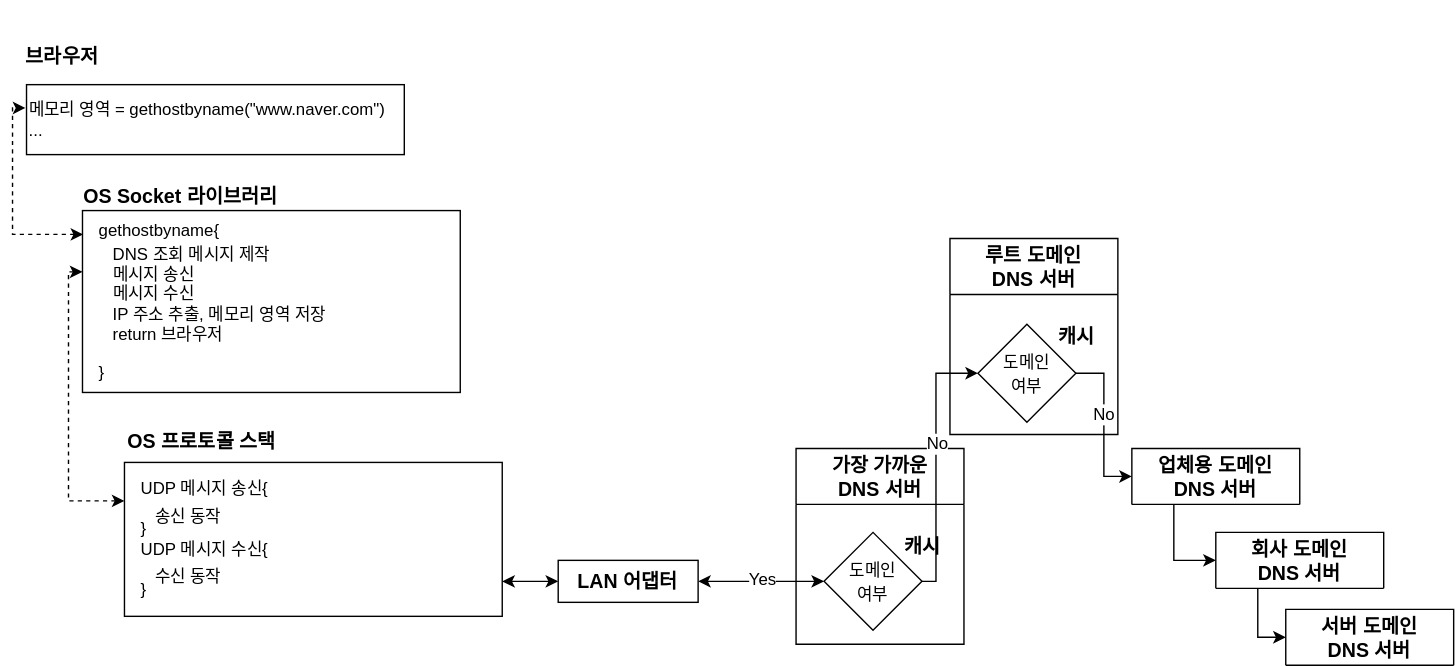
The draw.io diagram 09/yongki/assets/dns-flow.drawio.svg in cs-study-org/cs-study, before a commit. Source tidied: cells renumbered, new cells last; positions are measured from the earlier drawing's top-left corner, leaving out a move shared by most shapes.
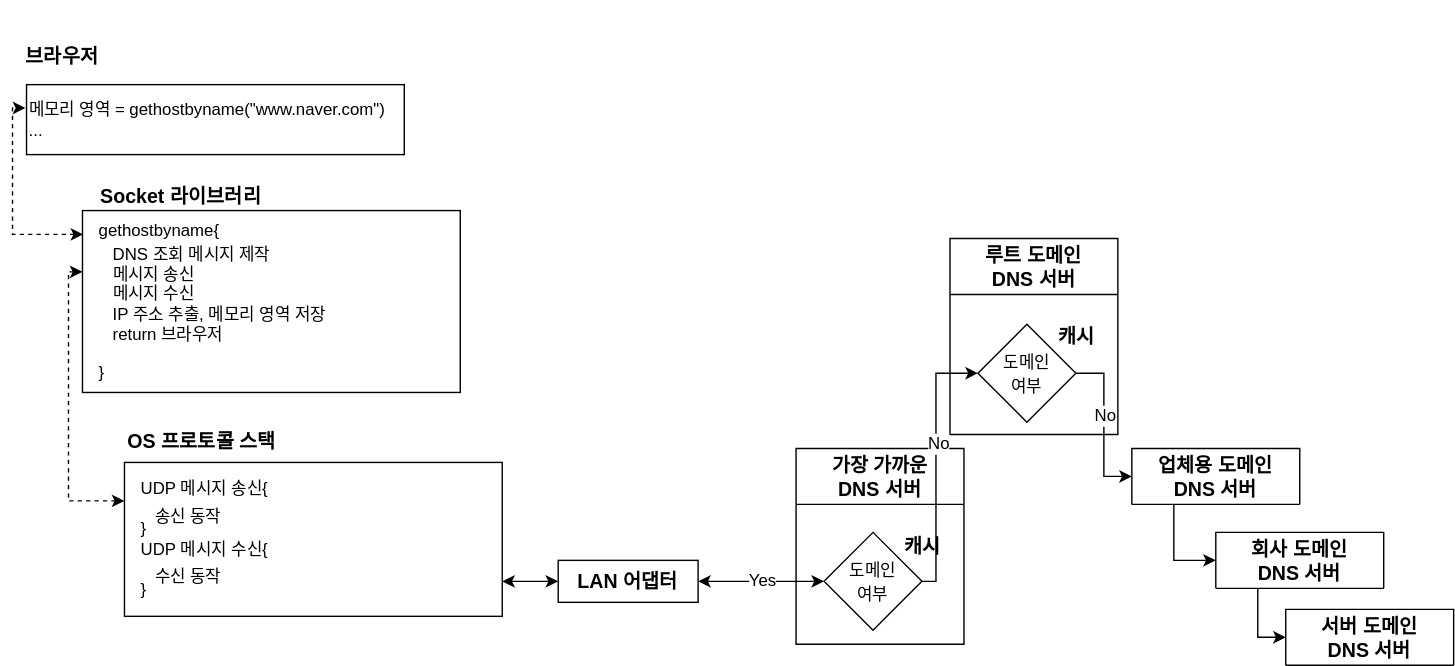
Later version of the same file.

Commit message:
:speech_balloon: Update dns flow term

Diff of the diagram source:
```diff
@@ -2,8 +2,8 @@
   <root>
     <mxCell id="0" />
     <mxCell id="1" parent="0" />
-    <mxCell id="2" value="&lt;h1 style=&quot;text-align: left ; font-family: &amp;#34;helvetica&amp;#34;&quot;&gt;&lt;font style=&quot;font-size: 14px&quot;&gt;OS Socket 라이브러리&lt;/font&gt;&lt;/h1&gt;" style="text;html=1;align=center;verticalAlign=middle;strokeColor=none;fillColor=none;fontSize=14;" parent="1" vertex="1">
-      <mxGeometry x="40" y="100" width="160" height="70" as="geometry" />
+    <mxCell id="2" value="&lt;h1 style=&quot;text-align: left ; font-family: &amp;#34;helvetica&amp;#34;&quot;&gt;&lt;font style=&quot;font-size: 14px&quot;&gt;Socket 라이브러리&lt;/font&gt;&lt;/h1&gt;" style="text;html=1;align=center;verticalAlign=middle;strokeColor=none;fillColor=none;fontSize=14;" parent="1" vertex="1">
+      <mxGeometry x="50" y="100" width="140" height="70" as="geometry" />
     </mxCell>
     <mxCell id="3" value="&lt;h1 style=&quot;text-align: left ; font-family: &amp;#34;helvetica&amp;#34;&quot;&gt;&lt;font style=&quot;font-size: 14px&quot;&gt;브라우저&lt;/font&gt;&lt;/h1&gt;" style="text;html=1;align=center;verticalAlign=middle;strokeColor=none;fillColor=none;fontSize=14;" parent="1" vertex="1">
       <mxGeometry width="70" height="70" as="geometry" />
```
